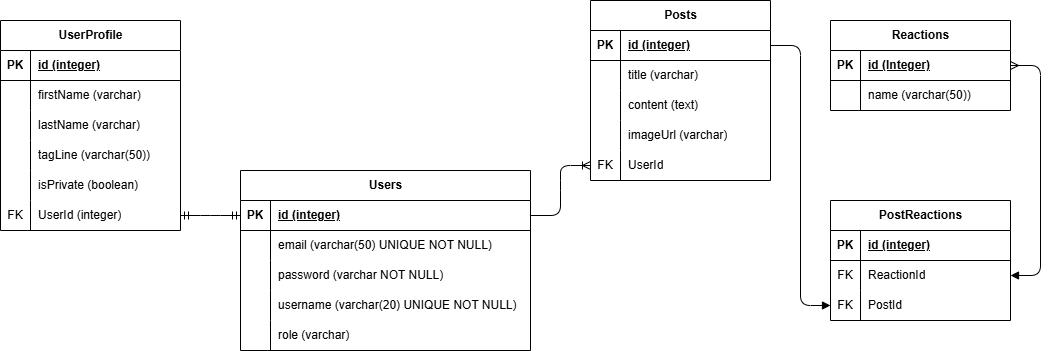
Earlier version of the draw.io export erd.drawio.png (HozFisen/p1-hozclover-pp1-socialmedia). Source tidied: cells renumbered, new cells last; positions are measured from the earlier drawing's top-left corner, leaving out a move shared by most shapes.
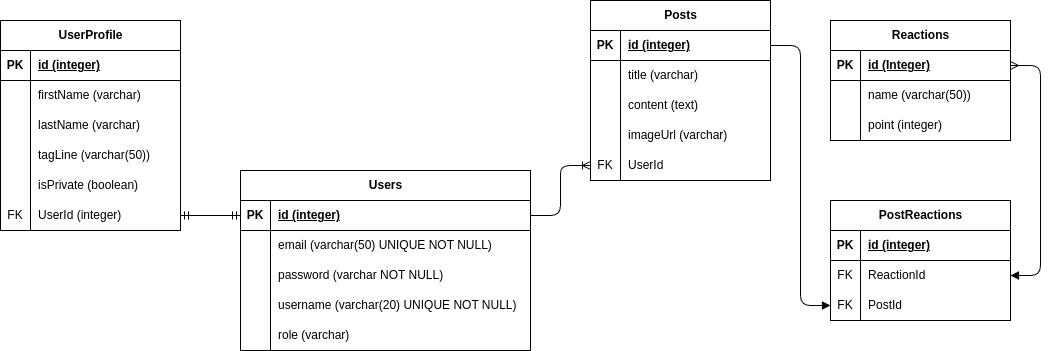
The same file after the commit.

Diff of the diagram source:
```diff
@@ -99,7 +99,7 @@
       <mxGeometry x="30" width="150" height="30" as="geometry" />
     </mxCell>
     <mxCell id="34" value="Reactions" style="shape=table;startSize=30;rowLines=0;fontStyle=1;align=center;html=1;" parent="1" vertex="1">
-      <mxGeometry x="830" y="20" width="180" height="90" as="geometry" />
+      <mxGeometry x="830" y="20" width="180" height="120" as="geometry" />
     </mxCell>
     <mxCell id="35" style="shape=tableRow;horizontal=0;startSize=0;swimlaneHead=0;swimlaneBody=0;fillColor=none;points=[[0,0.5],[1,0.5]];portConstraint=eastwest;top=0;left=0;right=0;bottom=1;" parent="34" vertex="1">
       <mxGeometry y="30" width="180" height="30" as="geometry" />
@@ -119,6 +119,15 @@
     <mxCell id="40" value="name (varchar(50))" style="shape=partialRectangle;fillColor=none;top=0;left=0;bottom=0;right=0;align=left;spacingLeft=6;overflow=hidden;whiteSpace=wrap;html=1;" parent="38" vertex="1">
       <mxGeometry x="30" width="150" height="30" as="geometry" />
     </mxCell>
+    <mxCell id="74" style="shape=tableRow;horizontal=0;startSize=0;swimlaneHead=0;swimlaneBody=0;fillColor=none;top=0;left=0;right=0;bottom=0;" parent="34" vertex="1">
+      <mxGeometry y="90" width="180" height="30" as="geometry" />
+    </mxCell>
+    <mxCell id="75" style="shape=partialRectangle;fillColor=none;top=0;left=0;bottom=0;right=0;overflow=hidden;whiteSpace=wrap;html=1;" parent="74" vertex="1">
+      <mxGeometry width="30" height="30" as="geometry" />
+    </mxCell>
+    <mxCell id="76" value="point (integer)" style="shape=partialRectangle;fillColor=none;top=0;left=0;bottom=0;right=0;align=left;spacingLeft=6;overflow=hidden;whiteSpace=wrap;html=1;" parent="74" vertex="1">
+      <mxGeometry x="30" width="150" height="30" as="geometry" />
+    </mxCell>
     <mxCell id="41" value="UserProfile" style="shape=table;startSize=30;rowLines=0;fontStyle=1;align=center;html=1;" parent="1" vertex="1">
       <mxGeometry y="20" width="180" height="210" as="geometry" />
     </mxCell>
```
